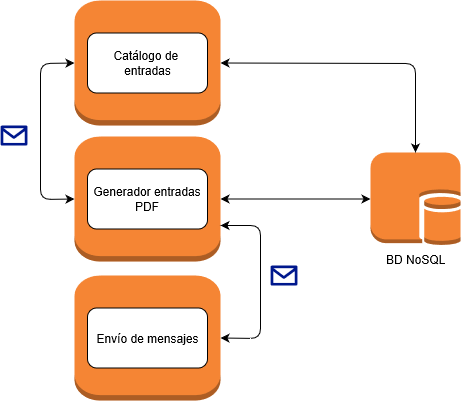
The draw.io diagram img/arquitectura-cc.png in iMiguel10/Proyecto-CC, before a commit. Source tidied: cells renumbered, new cells last; positions are measured from the earlier drawing's top-left corner, leaving out a move shared by most shapes.
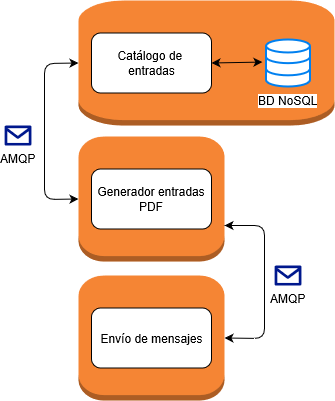
Later version of the same file.

Commit message:
Corregir arquitectura close #11

Change to the diagram source:
```diff
@@ -9,7 +9,7 @@
       <mxGeometry x="74" y="275" width="146" height="125" as="geometry" />
     </mxCell>
     <mxCell id="4" style="outlineConnect=0;dashed=0;verticalLabelPosition=bottom;verticalAlign=top;align=center;html=1;shape=mxgraph.aws3.instance;fillColor=#F58534;gradientColor=none;" parent="1" vertex="1">
-      <mxGeometry x="74" width="146" height="125" as="geometry" />
+      <mxGeometry x="74" width="256" height="125" as="geometry" />
     </mxCell>
     <mxCell id="5" value="Catálogo de&amp;nbsp;&lt;br&gt;entradas" style="rounded=1;whiteSpace=wrap;html=1;" parent="1" vertex="1">
       <mxGeometry x="87" y="32.5" width="120" height="60" as="geometry" />
@@ -20,19 +20,9 @@
     <mxCell id="7" value="Envío de mensajes" style="rounded=1;whiteSpace=wrap;html=1;" parent="1" vertex="1">
       <mxGeometry x="87" y="307.5" width="120" height="60" as="geometry" />
     </mxCell>
-    <mxCell id="8" value="BD NoSQL" style="outlineConnect=0;dashed=0;verticalLabelPosition=bottom;verticalAlign=top;align=center;html=1;shape=mxgraph.aws3.db_on_instance;fillColor=#F58534;gradientColor=none;" parent="1" vertex="1">
-      <mxGeometry x="370" y="152" width="90" height="93" as="geometry" />
-    </mxCell>
-    <mxCell id="9" style="endArrow=classic;startArrow=classic;html=1;entryX=1;entryY=0.5;entryDx=0;entryDy=0;entryPerimeter=0;exitX=0.5;exitY=0;exitDx=0;exitDy=0;exitPerimeter=0;" parent="1" edge="1" source="8" target="4">
-      <mxGeometry relative="1" as="geometry">
-        <Array as="points">
-          <mxPoint x="415" y="63" />
-        </Array>
-      </mxGeometry>
+    <mxCell id="9" style="endArrow=classic;startArrow=classic;html=1;entryX=1;entryY=0.5;entryDx=0;entryDy=0;exitX=-0.082;exitY=0.48;exitDx=0;exitDy=0;exitPerimeter=0;" parent="1" edge="1" source="8" target="5">
+      <mxGeometry relative="1" as="geometry" />
     </mxCell>
-    <mxCell id="10" style="endArrow=classic;startArrow=classic;html=1;entryX=0;entryY=0.5;entryDx=0;entryDy=0;entryPerimeter=0;" parent="1" edge="1" source="2" target="8">
-      <mxGeometry relative="1" as="geometry" />
-    </mxCell>
     <mxCell id="11" style="endArrow=classic;startArrow=classic;html=1;entryX=1;entryY=0.712;entryDx=0;entryDy=0;entryPerimeter=0;exitX=1;exitY=0.5;exitDx=0;exitDy=0;exitPerimeter=0;" parent="1" edge="1" source="3" target="2">
       <mxGeometry relative="1" as="geometry">
         <Array as="points">
@@ -41,7 +31,7 @@
         </Array>
       </mxGeometry>
     </mxCell>
-    <mxCell id="12" style="shadow=0;dashed=0;html=1;strokeColor=none;labelPosition=center;verticalLabelPosition=bottom;verticalAlign=top;align=center;fillColor=#00188D;shape=mxgraph.azure.message2;" parent="1" vertex="1">
+    <mxCell id="12" value="AMQP" style="shadow=0;dashed=0;html=1;strokeColor=none;labelPosition=center;verticalLabelPosition=bottom;verticalAlign=top;align=center;fillColor=#00188D;shape=mxgraph.azure.message2;" parent="1" vertex="1">
       <mxGeometry x="270" y="265" width="27" height="20" as="geometry" />
     </mxCell>
     <mxCell id="13" style="endArrow=classic;startArrow=classic;html=1;entryX=0;entryY=0.5;entryDx=0;entryDy=0;entryPerimeter=0;exitX=0;exitY=0.5;exitDx=0;exitDy=0;exitPerimeter=0;" parent="1" edge="1" source="2" target="4">
@@ -52,8 +42,11 @@
         </Array>
       </mxGeometry>
     </mxCell>
-    <mxCell id="14" style="shadow=0;dashed=0;html=1;strokeColor=none;labelPosition=center;verticalLabelPosition=bottom;verticalAlign=top;align=center;fillColor=#00188D;shape=mxgraph.azure.message2;" parent="1" vertex="1">
+    <mxCell id="14" value="AMQP" style="shadow=0;dashed=0;html=1;strokeColor=none;labelPosition=center;verticalLabelPosition=bottom;verticalAlign=top;align=center;fillColor=#00188D;shape=mxgraph.azure.message2;" parent="1" vertex="1">
       <mxGeometry y="125" width="27" height="20" as="geometry" />
     </mxCell>
+    <mxCell id="8" value="&lt;font style=&quot;background-color: transparent&quot;&gt;BD NoSQL&lt;/font&gt;" style="html=1;verticalLabelPosition=bottom;align=center;labelBackgroundColor=#ffffff;verticalAlign=top;strokeWidth=2;strokeColor=#0080F0;fillColor=#ffffff;shadow=0;dashed=0;shape=mxgraph.ios7.icons.data;" parent="1" vertex="1">
+      <mxGeometry x="261.5" y="39" width="44" height="47" as="geometry" />
+    </mxCell>
   </root>
 </mxGraphModel>
```
